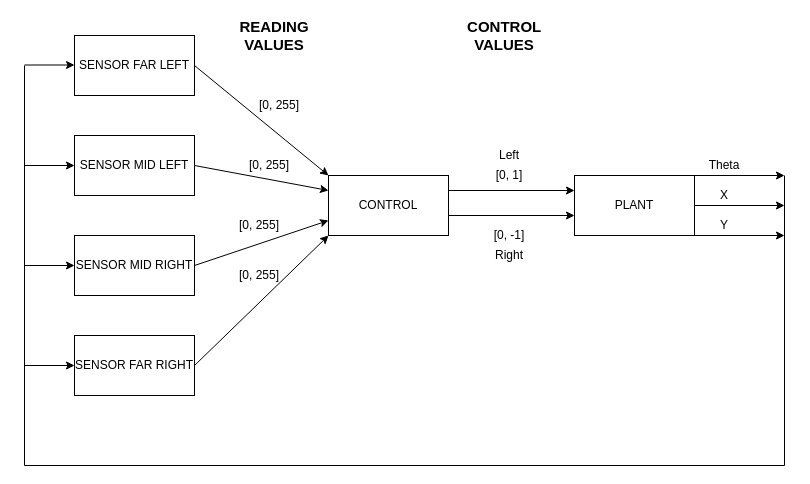
Above: doc/img/System_diagram.drawio in SpeedJack/fmss (draw.io), before the change. Source tidied: cells renumbered, new cells numbered last; positions are measured from the earlier drawing's top-left corner, leaving out a move shared by most shapes. Both pictures are drawn from the tidied source at 100%, with x=0, y=0 at pixel (24, 25).
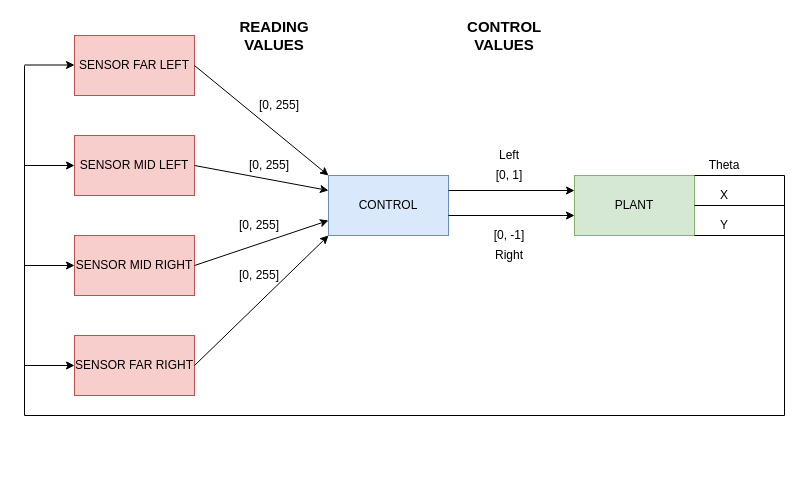
The same diagram, later.

Diff of the diagram source:
```diff
@@
-    <mxCell id="2" value="SENSOR FAR LEFT" style="rounded=0;whiteSpace=wrap;html=1;" parent="1" vertex="1">
+    <mxCell id="2" value="SENSOR FAR LEFT" style="rounded=0;whiteSpace=wrap;html=1;fillColor=#f8cecc;strokeColor=#b85450;" parent="1" vertex="1">
       <mxGeometry x="50" y="10" width="120" height="60" as="geometry" />
     </mxCell>
-    <mxCell id="3" value="SENSOR MID LEFT" style="rounded=0;whiteSpace=wrap;html=1;" parent="1" vertex="1">
+    <mxCell id="3" value="SENSOR MID LEFT" style="rounded=0;whiteSpace=wrap;html=1;fillColor=#f8cecc;strokeColor=#b85450;" parent="1" vertex="1">
       <mxGeometry x="50" y="110" width="120" height="60" as="geometry" />
     </mxCell>
-    <mxCell id="4" value="SENSOR FAR RIGHT" style="rounded=0;whiteSpace=wrap;html=1;" parent="1" vertex="1">
+    <mxCell id="4" value="SENSOR FAR RIGHT" style="rounded=0;whiteSpace=wrap;html=1;fillColor=#f8cecc;strokeColor=#b85450;" parent="1" vertex="1">
       <mxGeometry x="50" y="310" width="120" height="60" as="geometry" />
     </mxCell>
-    <mxCell id="5" value="SENSOR MID RIGHT" style="rounded=0;whiteSpace=wrap;html=1;" parent="1" vertex="1">
+    <mxCell id="5" value="SENSOR MID RIGHT" style="rounded=0;whiteSpace=wrap;html=1;fillColor=#f8cecc;strokeColor=#b85450;" parent="1" vertex="1">
       <mxGeometry x="50" y="210" width="120" height="60" as="geometry" />
     </mxCell>
-    <mxCell id="6" value="CONTROL" style="rounded=0;whiteSpace=wrap;html=1;" parent="1" vertex="1">
+    <mxCell id="6" value="CONTROL" style="rounded=0;whiteSpace=wrap;html=1;fillColor=#dae8fc;strokeColor=#6c8ebf;" parent="1" vertex="1">
       <mxGeometry x="304" y="150" width="120" height="60" as="geometry" />
     </mxCell>
-    <mxCell id="7" value="PLANT" style="rounded=0;whiteSpace=wrap;html=1;" parent="1" vertex="1">
+    <mxCell id="7" value="PLANT" style="rounded=0;whiteSpace=wrap;html=1;fillColor=#d5e8d4;strokeColor=#82b366;" parent="1" vertex="1">
       <mxGeometry x="550" y="150" width="120" height="60" as="geometry" />
     </mxCell>
@@
     <mxCell id="27" style="endArrow=none;html=1;" parent="1" edge="1">
       <mxGeometry relative="1" as="geometry">
-        <mxPoint x="760" y="440" as="sourcePoint" />
+        <mxPoint x="760" y="390" as="sourcePoint" />
         <mxPoint x="760" y="150" as="targetPoint" />
       </mxGeometry>
     </mxCell>
-    <mxCell id="28" style="endArrow=none;html=1;" parent="1" edge="1">
-      <mxGeometry relative="1" as="geometry">
-        <mxPoint y="440" as="sourcePoint" />
-        <mxPoint x="760" y="440" as="targetPoint" />
-      </mxGeometry>
-    </mxCell>
     <mxCell id="29" style="endArrow=none;html=1;" parent="1" edge="1">
       <mxGeometry relative="1" as="geometry">
-        <mxPoint y="440" as="sourcePoint" />
+        <mxPoint y="390" as="sourcePoint" />
         <mxPoint y="40" as="targetPoint" />
       </mxGeometry>
     </mxCell>
@@
-    <mxCell id="34" style="endArrow=classic;html=1;exitX=1;exitY=0;exitDx=0;exitDy=0;" parent="1" edge="1" source="7">
+    <mxCell id="34" style="endArrow=none;html=1;exitX=1;exitY=0;exitDx=0;exitDy=0;endFill=0;" parent="1" edge="1" source="7">
       <mxGeometry relative="1" as="geometry">
         <mxPoint x="760" y="150" as="targetPoint" />
       </mxGeometry>
     </mxCell>
-    <mxCell id="35" style="endArrow=classic;html=1;exitX=1;exitY=0;exitDx=0;exitDy=0;" parent="1" edge="1">
+    <mxCell id="35" style="endArrow=none;html=1;exitX=1;exitY=0;exitDx=0;exitDy=0;endFill=0;" parent="1" edge="1">
       <mxGeometry relative="1" as="geometry">
         <mxPoint x="670" y="180" as="sourcePoint" />
         <mxPoint x="760" y="180" as="targetPoint" />
       </mxGeometry>
     </mxCell>
-    <mxCell id="36" style="endArrow=classic;html=1;exitX=1;exitY=0;exitDx=0;exitDy=0;" parent="1" edge="1">
+    <mxCell id="36" style="endArrow=none;html=1;exitX=1;exitY=0;exitDx=0;exitDy=0;endFill=0;" parent="1" edge="1">
       <mxGeometry relative="1" as="geometry">
         <mxPoint x="670" y="210" as="sourcePoint" />
         <mxPoint x="760" y="210" as="targetPoint" />
       </mxGeometry>
     </mxCell>
+    <mxCell id="37" style="endArrow=none;html=1;" parent="1" edge="1">
+      <mxGeometry relative="1" as="geometry">
+        <mxPoint x="760" y="390" as="sourcePoint" />
+        <mxPoint y="390" as="targetPoint" />
+      </mxGeometry>
+    </mxCell>
```
